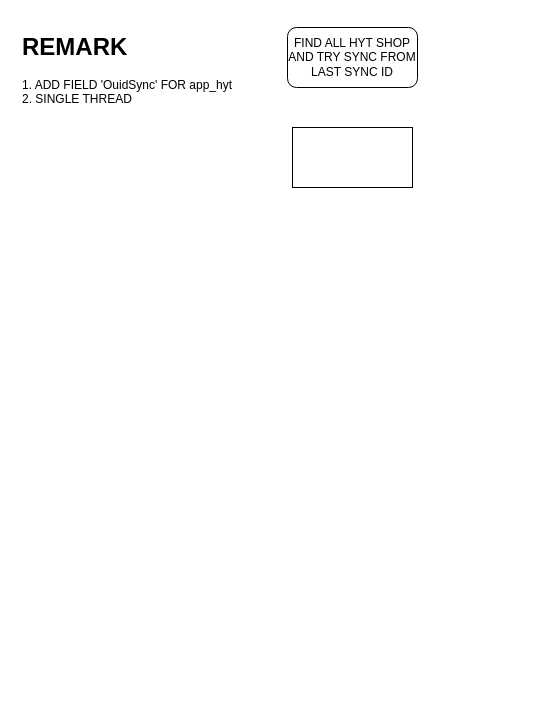
Earlier version of the draw.io diagram 历史数据.drawio (yongqiangG/drawio). Source tidied: cells renumbered, new cells numbered last; positions are measured from the earlier drawing's top-left corner, leaving out a move shared by most shapes. Both pictures are drawn from the tidied source at 100%, with x=0, y=0 at pixel (17, 27).
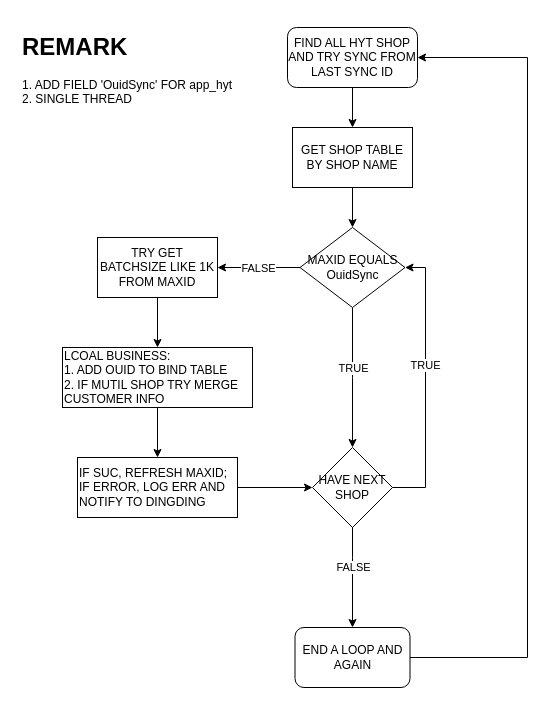
Above is the later version.

Commit message (it also covers changes not shown here):
更新历史数据.drawio

Unchanged cells that the change refers to:
```xml
<mxCell id="2" value="FIND ALL HYT SHOP AND TRY SYNC FROM LAST SYNC ID" style="rounded=1;whiteSpace=wrap;html=1;" parent="1" vertex="1">
  <mxGeometry x="270" width="130" height="60" as="geometry" />
</mxCell>
```

Change to the diagram source:
```diff
@@
+    <mxCell id="5" style="edgeStyle=orthogonalEdgeStyle;rounded=0;jettySize=auto;html=1;" parent="1" edge="1" source="2" target="3">
+      <mxGeometry relative="1" as="geometry" />
+    </mxCell>
@@
+    <mxCell id="6" style="edgeStyle=orthogonalEdgeStyle;rounded=0;jettySize=auto;html=1;" parent="1" edge="1" source="3" target="11">
+      <mxGeometry relative="1" as="geometry" />
+    </mxCell>
-    <mxCell id="3" style="rounded=0;whiteSpace=wrap;html=1;" parent="1" vertex="1">
+    <mxCell id="3" value="GET SHOP TABLE BY SHOP NAME" style="rounded=0;whiteSpace=wrap;html=1;" parent="1" vertex="1">
       <mxGeometry x="275" y="100" width="120" height="60" as="geometry" />
     </mxCell>
@@
+    <mxCell id="7" style="edgeStyle=orthogonalEdgeStyle;rounded=0;jettySize=auto;html=1;" parent="1" edge="1" source="11">
+      <mxGeometry relative="1" as="geometry">
+        <mxPoint x="335" y="420" as="targetPoint" />
+      </mxGeometry>
+    </mxCell>
+    <mxCell id="8" value="TRUE" style="edgeLabel;html=1;align=center;verticalAlign=middle;" parent="7" vertex="1">
+      <mxGeometry x="-0.3" y="-2" relative="1" as="geometry">
+        <mxPoint x="2" y="11" as="offset" />
+      </mxGeometry>
+    </mxCell>
+    <mxCell id="9" style="edgeStyle=orthogonalEdgeStyle;rounded=0;jettySize=auto;html=1;" parent="1" edge="1" source="11" target="20">
+      <mxGeometry relative="1" as="geometry" />
+    </mxCell>
+    <mxCell id="10" value="FALSE" style="edgeLabel;html=1;align=center;verticalAlign=middle;" parent="9" vertex="1">
+      <mxGeometry x="-0.29" y="2" relative="1" as="geometry">
+        <mxPoint x="-13" y="-2" as="offset" />
+      </mxGeometry>
+    </mxCell>
+    <mxCell id="11" value="MAXID EQUALS OuidSync" style="rhombus;whiteSpace=wrap;html=1;" parent="1" vertex="1">
+      <mxGeometry x="282.5" y="200" width="105" height="80" as="geometry" />
+    </mxCell>
+    <mxCell id="12" style="edgeStyle=orthogonalEdgeStyle;rounded=0;jettySize=auto;html=1;" parent="1" edge="1" target="15">
+      <mxGeometry relative="1" as="geometry">
+        <mxPoint x="335" y="480" as="sourcePoint" />
+        <Array as="points">
+          <mxPoint x="335" y="530" />
+          <mxPoint x="335" y="530" />
+        </Array>
+      </mxGeometry>
+    </mxCell>
+    <mxCell id="13" value="FALSE" style="edgeLabel;html=1;align=center;verticalAlign=middle;" parent="12" vertex="1">
+      <mxGeometry x="-0.26" y="2" relative="1" as="geometry">
+        <mxPoint x="-2" y="15" as="offset" />
+      </mxGeometry>
+    </mxCell>
+    <mxCell id="14" style="edgeStyle=orthogonalEdgeStyle;rounded=0;jettySize=auto;html=1;entryX=1;entryY=0.5;entryDx=0;entryDy=0;exitX=1;exitY=0.5;exitDx=0;exitDy=0;" parent="1" edge="1" source="15" target="2">
+      <mxGeometry relative="1" as="geometry">
+        <Array as="points">
+          <mxPoint x="510" y="630" />
+          <mxPoint x="510" y="30" />
+        </Array>
+      </mxGeometry>
+    </mxCell>
+    <mxCell id="15" value="END A LOOP AND AGAIN" style="rounded=1;whiteSpace=wrap;html=1;" parent="1" vertex="1">
+      <mxGeometry x="277.5" y="600" width="115" height="60" as="geometry" />
+    </mxCell>
+    <mxCell id="16" style="edgeStyle=orthogonalEdgeStyle;rounded=0;jettySize=auto;html=1;entryX=1;entryY=0.5;entryDx=0;entryDy=0;" parent="1" edge="1" source="18" target="11">
+      <mxGeometry relative="1" as="geometry">
+        <Array as="points">
+          <mxPoint x="408" y="460" />
+          <mxPoint x="408" y="240" />
+        </Array>
+      </mxGeometry>
+    </mxCell>
+    <mxCell id="17" value="TRUE" style="edgeLabel;html=1;align=center;verticalAlign=middle;" parent="16" vertex="1">
+      <mxGeometry x="0.14" y="1" relative="1" as="geometry" />
+    </mxCell>
+    <mxCell id="18" value="&lt;span&gt;HAVE NEXT SHOP&lt;/span&gt;" style="rhombus;whiteSpace=wrap;html=1;" parent="1" vertex="1">
+      <mxGeometry x="295" y="420" width="80" height="80" as="geometry" />
+    </mxCell>
+    <mxCell id="19" style="edgeStyle=orthogonalEdgeStyle;rounded=0;jettySize=auto;html=1;" parent="1" edge="1" source="20" target="22">
+      <mxGeometry relative="1" as="geometry" />
+    </mxCell>
+    <mxCell id="20" value="TRY GET BATCHSIZE LIKE 1K FROM MAXID" style="rounded=0;whiteSpace=wrap;html=1;" parent="1" vertex="1">
+      <mxGeometry x="80" y="210" width="120" height="60" as="geometry" />
+    </mxCell>
+    <mxCell id="21" style="edgeStyle=orthogonalEdgeStyle;rounded=0;jettySize=auto;html=1;" parent="1" edge="1" source="22" target="24">
+      <mxGeometry relative="1" as="geometry" />
+    </mxCell>
+    <mxCell id="22" value="LCOAL BUSINESS:&lt;br&gt;1. ADD OUID TO BIND TABLE&lt;br&gt;2. IF MUTIL SHOP TRY MERGE CUSTOMER INFO" style="rounded=0;whiteSpace=wrap;html=1;align=left;" parent="1" vertex="1">
+      <mxGeometry x="45" y="320" width="190" height="60" as="geometry" />
+    </mxCell>
+    <mxCell id="23" style="edgeStyle=orthogonalEdgeStyle;rounded=0;jettySize=auto;html=1;" parent="1" edge="1" source="24" target="18">
+      <mxGeometry relative="1" as="geometry" />
+    </mxCell>
+    <mxCell id="24" value="IF SUC, REFRESH MAXID;&lt;br&gt;IF ERROR, LOG ERR AND NOTIFY TO DINGDING" style="rounded=0;whiteSpace=wrap;html=1;align=left;" parent="1" vertex="1">
+      <mxGeometry x="60" y="430" width="160" height="60" as="geometry" />
+    </mxCell>
```
